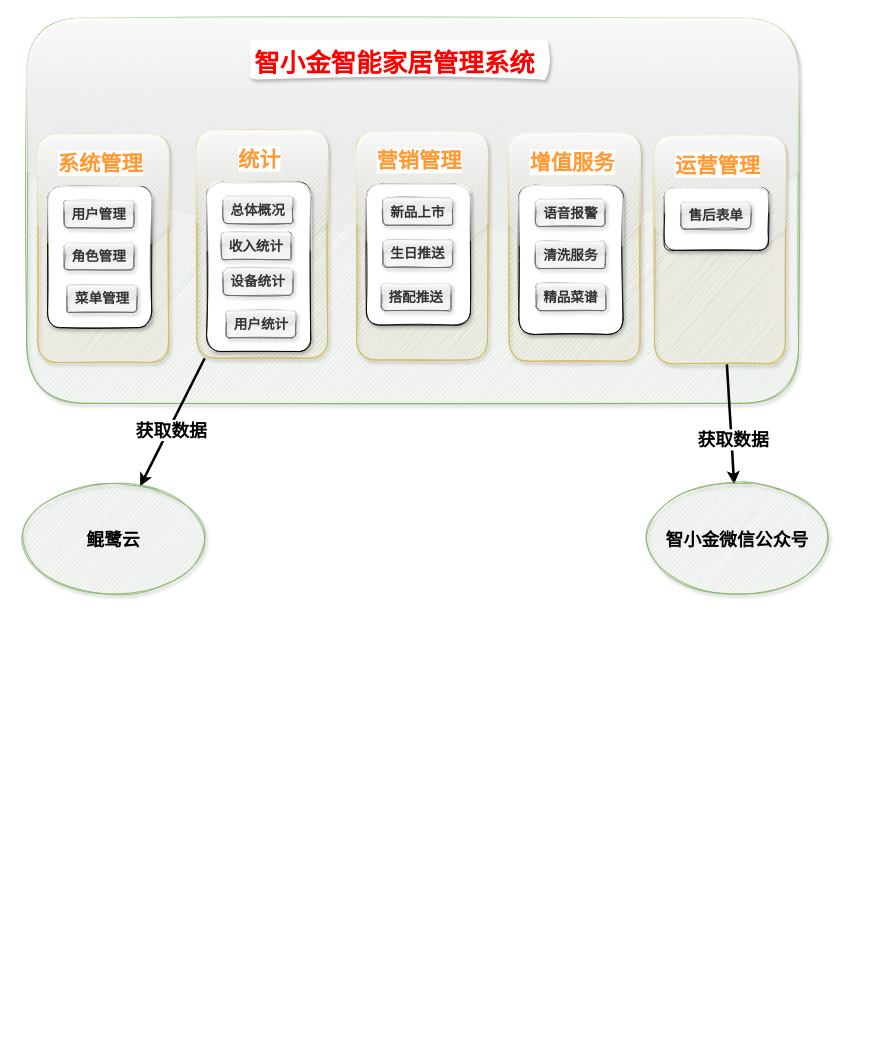
The draw.io diagram zxj-saas.drawio in jimmy0/chart, before the edit. Source tidied: cells renumbered, new cells numbered last; positions are measured from the earlier drawing's top-left corner, leaving out a move shared by most shapes. Both pictures are drawn from the tidied source at 85%, with x=0, y=0 at pixel (18, 18).
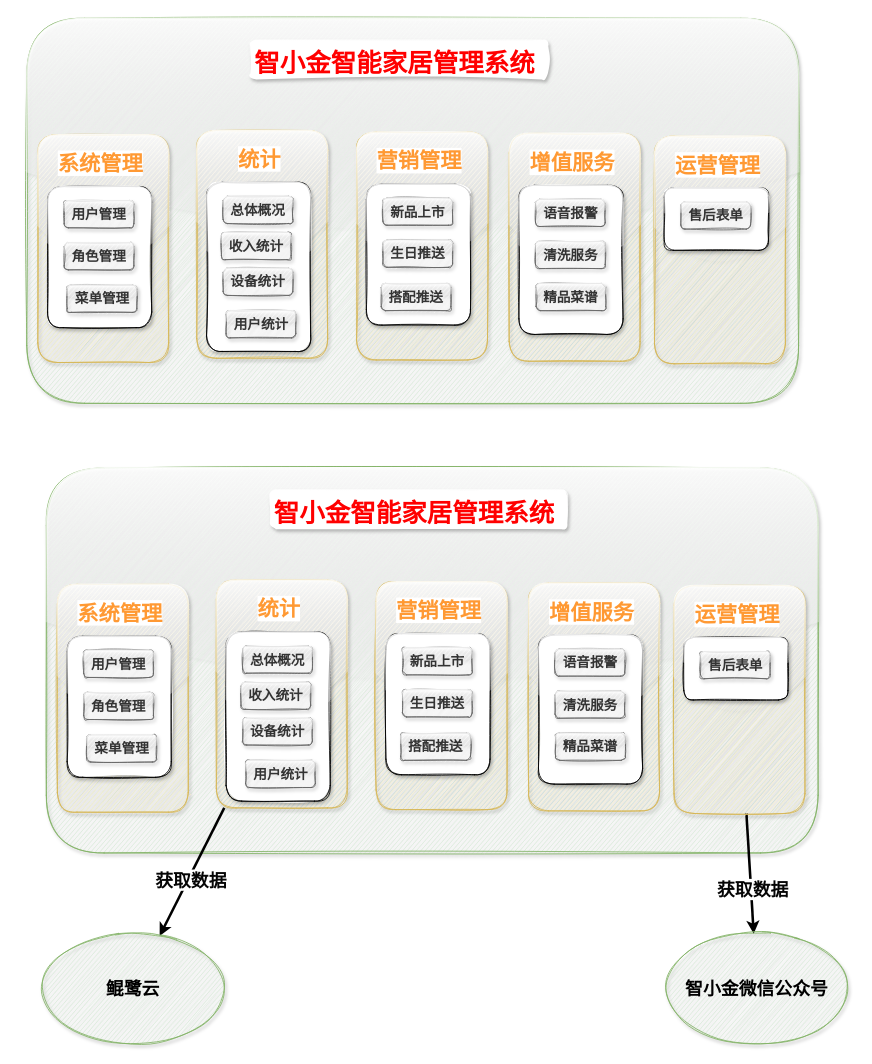
The same page after the edit.

The change refers to these unchanged cells:
```xml
<mxCell id="10" style="rounded=1;whiteSpace=wrap;html=1;fontSize=20;fillColor=#fff2cc;strokeColor=#d6b656;shadow=1;glass=1;sketch=1;" parent="1" vertex="1">
  <mxGeometry x="210" y="132" width="154" height="268" as="geometry" />
</mxCell>
<mxCell id="31" style="rounded=1;whiteSpace=wrap;html=1;fontSize=20;fillColor=#fff2cc;strokeColor=#d6b656;shadow=1;glass=1;sketch=1;" parent="1" vertex="1">
  <mxGeometry x="748.5" y="138.5" width="154" height="268" as="geometry" />
</mxCell>
```

What changed in the source:
```diff
@@
-    <mxCell id="22" style="rounded=0;jettySize=auto;html=1;fontSize=21;fontColor=#FF0000;strokeWidth=3;" parent="1" edge="1" source="10" target="35">
-      <mxGeometry relative="1" as="geometry" />
-    </mxCell>
-    <mxCell id="23" value="获取数据" style="edgeLabel;html=1;align=center;verticalAlign=middle;fontSize=21;fontColor=#050505;fontStyle=1;" parent="22" vertex="1">
-      <mxGeometry x="0.09" y="2" relative="1" as="geometry">
-        <mxPoint y="1" as="offset" />
-      </mxGeometry>
-    </mxCell>
@@
-    <mxCell id="29" style="edgeStyle=none;rounded=0;jettySize=auto;html=1;fontSize=21;fontColor=#FF0000;strokeWidth=3;" parent="1" edge="1" source="31" target="36">
-      <mxGeometry relative="1" as="geometry" />
-    </mxCell>
-    <mxCell id="30" value="获取数据" style="edgeLabel;html=1;align=center;verticalAlign=middle;fontSize=21;fontColor=#050505;fontStyle=1;" parent="29" vertex="1">
-      <mxGeometry x="0.26" y="1" relative="1" as="geometry" />
-    </mxCell>
@@
+    <mxCell id="37" value="收入统计" style="rounded=1;whiteSpace=wrap;html=1;fontSize=16;fontStyle=1;fillColor=#f5f5f5;strokeColor=#666666;fontColor=#333333;glass=1;shadow=1;sketch=1;" parent="1" vertex="1">
+      <mxGeometry x="239" y="252" width="82" height="32" as="geometry" />
+    </mxCell>
+    <mxCell id="38" value="精品菜谱" style="rounded=1;whiteSpace=wrap;html=1;fontSize=16;fontStyle=1;fillColor=#f5f5f5;strokeColor=#666666;fontColor=#333333;glass=1;shadow=1;sketch=1;" parent="1" vertex="1">
+      <mxGeometry x="609.2" y="312" width="82" height="32" as="geometry" />
+    </mxCell>
+    <mxCell id="39" style="rounded=1;whiteSpace=wrap;html=1;fillColor=#d5e8d4;strokeColor=#82b366;glass=1;shadow=1;labelBackgroundColor=none;labelBorderColor=none;sketch=1;" parent="1" vertex="1">
+      <mxGeometry x="33" y="529" width="908" height="453" as="geometry" />
+    </mxCell>
+    <mxCell id="40" value="&lt;h1 style=&quot;font-size: 30px&quot;&gt;智小金智能家居管理系统&lt;/h1&gt;" style="text;html=1;strokeColor=none;fillColor=default;spacing=5;spacingTop=-20;whiteSpace=wrap;overflow=hidden;rounded=1;fontSize=30;labelBorderColor=none;labelBackgroundColor=none;fontStyle=0;shadow=1;glass=1;sketch=1;fontColor=#FF0000;" parent="1" vertex="1">
+      <mxGeometry x="296" y="555" width="350" height="46" as="geometry" />
+    </mxCell>
+    <mxCell id="41" style="rounded=1;whiteSpace=wrap;html=1;fontSize=20;fillColor=#fff2cc;strokeColor=#d6b656;shadow=1;glass=1;sketch=1;" parent="1" vertex="1">
+      <mxGeometry x="46" y="666" width="154" height="268" as="geometry" />
+    </mxCell>
+    <mxCell id="42" style="rounded=1;whiteSpace=wrap;html=1;fontSize=20;sketch=1;shadow=1;glass=1;" parent="1" vertex="1">
+      <mxGeometry x="57.5" y="727" width="122.5" height="166" as="geometry" />
+    </mxCell>
+    <mxCell id="43" value="用户管理" style="rounded=1;whiteSpace=wrap;html=1;fontSize=16;fontStyle=1;fillColor=#f5f5f5;strokeColor=#666666;fontColor=#333333;shadow=1;glass=1;sketch=1;" parent="1" vertex="1">
+      <mxGeometry x="77" y="743.5" width="82" height="32" as="geometry" />
+    </mxCell>
+    <mxCell id="44" value="系统管理" style="text;html=1;strokeColor=none;fillColor=none;align=center;verticalAlign=middle;whiteSpace=wrap;rounded=1;fontSize=25;fontStyle=1;labelBackgroundColor=default;labelBorderColor=none;glass=1;shadow=1;sketch=1;fontColor=#FF9933;" parent="1" vertex="1">
+      <mxGeometry x="60" y="684" width="120" height="30" as="geometry" />
+    </mxCell>
+    <mxCell id="45" value="角色管理" style="rounded=1;whiteSpace=wrap;html=1;fontSize=16;fontStyle=1;fillColor=#f5f5f5;strokeColor=#666666;fontColor=#333333;glass=1;shadow=1;sketch=1;" parent="1" vertex="1">
+      <mxGeometry x="77" y="793" width="82" height="32" as="geometry" />
+    </mxCell>
+    <mxCell id="46" value="菜单管理" style="rounded=1;whiteSpace=wrap;html=1;fontSize=16;fontStyle=1;fillColor=#f5f5f5;strokeColor=#666666;fontColor=#333333;glass=1;shadow=1;sketch=1;" parent="1" vertex="1">
+      <mxGeometry x="80.5" y="843" width="82" height="32" as="geometry" />
+    </mxCell>
+    <mxCell id="47" style="rounded=1;whiteSpace=wrap;html=1;fontSize=20;fillColor=#fff2cc;strokeColor=#d6b656;shadow=1;glass=1;sketch=1;" parent="1" vertex="1">
+      <mxGeometry x="233" y="661" width="154" height="268" as="geometry" />
+    </mxCell>
+    <mxCell id="48" style="rounded=1;whiteSpace=wrap;html=1;fontSize=20;sketch=1;shadow=1;glass=1;" parent="1" vertex="1">
+      <mxGeometry x="244.5" y="722" width="122.5" height="199" as="geometry" />
+    </mxCell>
+    <mxCell id="49" value="总体概况" style="rounded=1;whiteSpace=wrap;html=1;fontSize=16;fontStyle=1;fillColor=#f5f5f5;strokeColor=#666666;fontColor=#333333;shadow=1;glass=1;sketch=1;" parent="1" vertex="1">
+      <mxGeometry x="264" y="738.5" width="82" height="32" as="geometry" />
+    </mxCell>
+    <mxCell id="50" value="统计" style="text;html=1;strokeColor=none;fillColor=none;align=center;verticalAlign=middle;whiteSpace=wrap;rounded=1;fontSize=25;fontStyle=1;labelBackgroundColor=default;labelBorderColor=none;glass=1;shadow=1;sketch=1;fontColor=#FF9933;" parent="1" vertex="1">
+      <mxGeometry x="247" y="679" width="120" height="30" as="geometry" />
+    </mxCell>
+    <mxCell id="51" value="设备统计" style="rounded=1;whiteSpace=wrap;html=1;fontSize=16;fontStyle=1;fillColor=#f5f5f5;strokeColor=#666666;fontColor=#333333;glass=1;shadow=1;sketch=1;" parent="1" vertex="1">
+      <mxGeometry x="264" y="823" width="82" height="32" as="geometry" />
+    </mxCell>
+    <mxCell id="52" value="用户统计" style="rounded=1;whiteSpace=wrap;html=1;fontSize=16;fontStyle=1;fillColor=#f5f5f5;strokeColor=#666666;fontColor=#333333;glass=1;shadow=1;sketch=1;" parent="1" vertex="1">
+      <mxGeometry x="267.5" y="873" width="82" height="32" as="geometry" />
+    </mxCell>
+    <mxCell id="53" style="rounded=1;whiteSpace=wrap;html=1;fontSize=20;fillColor=#fff2cc;strokeColor=#d6b656;shadow=1;glass=1;sketch=1;" parent="1" vertex="1">
+      <mxGeometry x="421" y="663" width="154" height="268" as="geometry" />
+    </mxCell>
+    <mxCell id="54" style="rounded=1;whiteSpace=wrap;html=1;fontSize=20;sketch=1;shadow=1;glass=1;" parent="1" vertex="1">
+      <mxGeometry x="432.5" y="724" width="122.5" height="166" as="geometry" />
+    </mxCell>
+    <mxCell id="55" value="新品上市" style="rounded=1;whiteSpace=wrap;html=1;fontSize=16;fontStyle=1;fillColor=#f5f5f5;strokeColor=#666666;fontColor=#333333;shadow=1;glass=1;sketch=1;" parent="1" vertex="1">
+      <mxGeometry x="452" y="740.5" width="82" height="32" as="geometry" />
+    </mxCell>
+    <mxCell id="56" value="营销管理" style="text;html=1;strokeColor=none;fillColor=none;align=center;verticalAlign=middle;whiteSpace=wrap;rounded=1;fontSize=25;fontStyle=1;labelBackgroundColor=default;labelBorderColor=none;glass=1;shadow=1;sketch=1;fontColor=#FF9933;" parent="1" vertex="1">
+      <mxGeometry x="435" y="681" width="120" height="30" as="geometry" />
+    </mxCell>
+    <mxCell id="57" value="生日推送" style="rounded=1;whiteSpace=wrap;html=1;fontSize=16;fontStyle=1;fillColor=#f5f5f5;strokeColor=#666666;fontColor=#333333;glass=1;shadow=1;sketch=1;" parent="1" vertex="1">
+      <mxGeometry x="452" y="790" width="82" height="32" as="geometry" />
+    </mxCell>
+    <mxCell id="58" value="搭配推送" style="rounded=1;whiteSpace=wrap;html=1;fontSize=16;fontStyle=1;fillColor=#f5f5f5;strokeColor=#666666;fontColor=#333333;glass=1;shadow=1;sketch=1;" parent="1" vertex="1">
+      <mxGeometry x="450" y="841" width="82" height="32" as="geometry" />
+    </mxCell>
+    <mxCell id="59" style="rounded=0;jettySize=auto;html=1;fontSize=21;fontColor=#FF0000;strokeWidth=3;" parent="1" edge="1" source="47" target="35">
+      <mxGeometry relative="1" as="geometry" />
+    </mxCell>
+    <mxCell id="60" value="获取数据" style="edgeLabel;html=1;align=center;verticalAlign=middle;fontSize=21;fontColor=#050505;fontStyle=1;" parent="59" vertex="1">
+      <mxGeometry x="0.09" y="2" relative="1" as="geometry">
+        <mxPoint y="1" as="offset" />
+      </mxGeometry>
+    </mxCell>
+    <mxCell id="61" style="rounded=1;whiteSpace=wrap;html=1;fontSize=20;fillColor=#fff2cc;strokeColor=#d6b656;shadow=1;glass=1;sketch=1;" parent="1" vertex="1">
+      <mxGeometry x="600.5" y="664.5" width="154" height="268" as="geometry" />
+    </mxCell>
+    <mxCell id="62" style="rounded=1;whiteSpace=wrap;html=1;fontSize=20;sketch=1;shadow=1;glass=1;" parent="1" vertex="1">
+      <mxGeometry x="612" y="725.5" width="122.5" height="175.5" as="geometry" />
+    </mxCell>
+    <mxCell id="63" value="语音报警" style="rounded=1;whiteSpace=wrap;html=1;fontSize=16;fontStyle=1;fillColor=#f5f5f5;strokeColor=#666666;fontColor=#333333;shadow=1;glass=1;sketch=1;" parent="1" vertex="1">
+      <mxGeometry x="631.5" y="742" width="82" height="32" as="geometry" />
+    </mxCell>
+    <mxCell id="64" value="增值服务" style="text;html=1;strokeColor=none;fillColor=none;align=center;verticalAlign=middle;whiteSpace=wrap;rounded=1;fontSize=25;fontStyle=1;labelBackgroundColor=default;labelBorderColor=none;glass=1;shadow=1;sketch=1;fontColor=#FF9933;" parent="1" vertex="1">
+      <mxGeometry x="614.5" y="682.5" width="120" height="30" as="geometry" />
+    </mxCell>
+    <mxCell id="65" value="清洗服务" style="rounded=1;whiteSpace=wrap;html=1;fontSize=16;fontStyle=1;fillColor=#f5f5f5;strokeColor=#666666;fontColor=#333333;glass=1;shadow=1;sketch=1;" parent="1" vertex="1">
+      <mxGeometry x="631.5" y="791.5" width="82" height="32" as="geometry" />
+    </mxCell>
+    <mxCell id="66" style="edgeStyle=none;rounded=0;jettySize=auto;html=1;fontSize=21;fontColor=#FF0000;strokeWidth=3;" parent="1" edge="1" source="68" target="36">
+      <mxGeometry relative="1" as="geometry" />
+    </mxCell>
+    <mxCell id="67" value="获取数据" style="edgeLabel;html=1;align=center;verticalAlign=middle;fontSize=21;fontColor=#050505;fontStyle=1;" parent="66" vertex="1">
+      <mxGeometry x="0.26" y="1" relative="1" as="geometry" />
+    </mxCell>
+    <mxCell id="68" style="rounded=1;whiteSpace=wrap;html=1;fontSize=20;fillColor=#fff2cc;strokeColor=#d6b656;shadow=1;glass=1;sketch=1;" parent="1" vertex="1">
+      <mxGeometry x="771.5" y="667.5" width="154" height="268" as="geometry" />
+    </mxCell>
+    <mxCell id="69" style="rounded=1;whiteSpace=wrap;html=1;fontSize=20;sketch=1;shadow=1;glass=1;" parent="1" vertex="1">
+      <mxGeometry x="783" y="728.5" width="122.5" height="73.5" as="geometry" />
+    </mxCell>
+    <mxCell id="70" value="售后表单" style="rounded=1;whiteSpace=wrap;html=1;fontSize=16;fontStyle=1;fillColor=#f5f5f5;strokeColor=#666666;fontColor=#333333;shadow=1;glass=1;sketch=1;" parent="1" vertex="1">
+      <mxGeometry x="802.5" y="745" width="82" height="32" as="geometry" />
+    </mxCell>
+    <mxCell id="71" value="运营管理" style="text;html=1;strokeColor=none;fillColor=none;align=center;verticalAlign=middle;whiteSpace=wrap;rounded=1;fontSize=25;fontStyle=1;labelBackgroundColor=default;labelBorderColor=none;glass=1;shadow=1;sketch=1;fontColor=#FF9933;" parent="1" vertex="1">
+      <mxGeometry x="785.5" y="685.5" width="120" height="30" as="geometry" />
+    </mxCell>
     <mxCell id="35" value="鲲鹭云" style="ellipse;whiteSpace=wrap;html=1;rounded=1;shadow=1;glass=1;labelBackgroundColor=none;labelBorderColor=none;sketch=1;fontSize=21;fillColor=#d5e8d4;strokeColor=#82b366;fontStyle=1;" parent="1" vertex="1">
-      <mxGeometry y="548" width="224" height="129" as="geometry" />
+      <mxGeometry x="23" y="1077" width="224" height="129" as="geometry" />
     </mxCell>
     <mxCell id="36" value="智小金微信公众号" style="ellipse;whiteSpace=wrap;html=1;rounded=1;shadow=1;glass=1;labelBackgroundColor=none;labelBorderColor=none;sketch=1;fontSize=21;fillColor=#d5e8d4;strokeColor=#82b366;fontStyle=1;" parent="1" vertex="1">
-      <mxGeometry x="734" y="548" width="224" height="129" as="geometry" />
+      <mxGeometry x="757" y="1077" width="224" height="129" as="geometry" />
     </mxCell>
-    <mxCell id="37" value="收入统计" style="rounded=1;whiteSpace=wrap;html=1;fontSize=16;fontStyle=1;fillColor=#f5f5f5;strokeColor=#666666;fontColor=#333333;glass=1;shadow=1;sketch=1;" parent="1" vertex="1">
-      <mxGeometry x="239" y="252" width="82" height="32" as="geometry" />
-    </mxCell>
-    <mxCell id="38" value="精品菜谱" style="rounded=1;whiteSpace=wrap;html=1;fontSize=16;fontStyle=1;fillColor=#f5f5f5;strokeColor=#666666;fontColor=#333333;glass=1;shadow=1;sketch=1;" parent="1" vertex="1">
-      <mxGeometry x="609.2" y="312" width="82" height="32" as="geometry" />
-    </mxCell>
+    <mxCell id="72" value="收入统计" style="rounded=1;whiteSpace=wrap;html=1;fontSize=16;fontStyle=1;fillColor=#f5f5f5;strokeColor=#666666;fontColor=#333333;glass=1;shadow=1;sketch=1;" parent="1" vertex="1">
+      <mxGeometry x="262" y="781" width="82" height="32" as="geometry" />
+    </mxCell>
+    <mxCell id="73" value="精品菜谱" style="rounded=1;whiteSpace=wrap;html=1;fontSize=16;fontStyle=1;fillColor=#f5f5f5;strokeColor=#666666;fontColor=#333333;glass=1;shadow=1;sketch=1;" parent="1" vertex="1">
+      <mxGeometry x="632.2" y="841" width="82" height="32" as="geometry" />
+    </mxCell>
```
